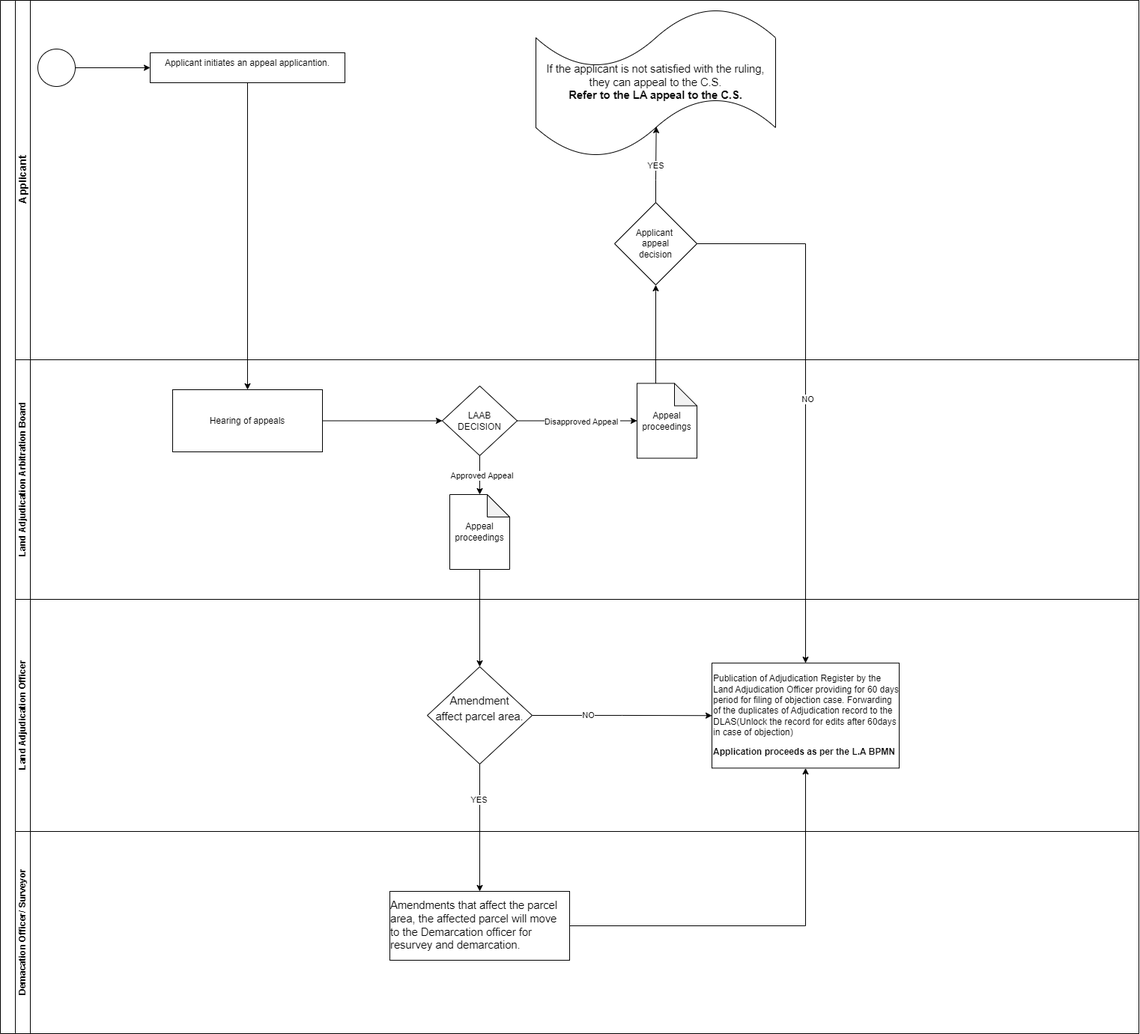
Earlier version of the draw.io export Land Adjudication Appeal to the LAAB.drawio.png (geoprojectke/BPMN). Source tidied: cells renumbered, new cells last; positions are measured from the earlier drawing's top-left corner, leaving out a move shared by most shapes.
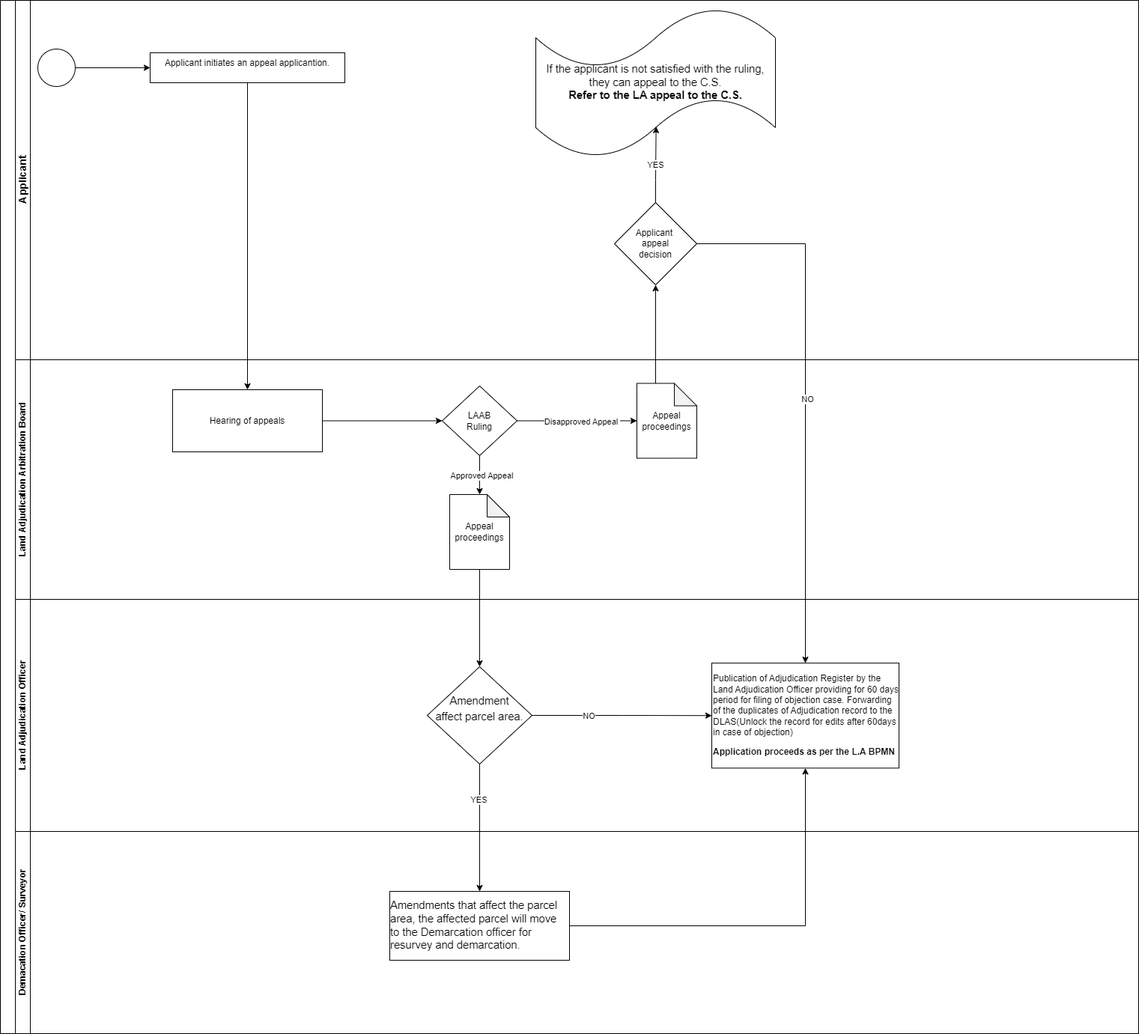
After the change.

The edit, as a diff of the source:
```diff
@@ -38,7 +38,7 @@
     <mxCell id="13" value="Hearing of appeals" style="whiteSpace=wrap;html=1;" parent="11" vertex="1">
       <mxGeometry x="210" y="40" width="200" height="83" as="geometry" />
     </mxCell>
-    <mxCell id="14" value="LAAB&lt;div&gt;DECISION&lt;/div&gt;" style="rhombus;whiteSpace=wrap;html=1;" parent="11" vertex="1">
+    <mxCell id="14" value="LAAB&lt;div&gt;Ruling&lt;/div&gt;" style="rhombus;whiteSpace=wrap;html=1;" parent="11" vertex="1">
       <mxGeometry x="570" y="35" width="100" height="93" as="geometry" />
     </mxCell>
     <mxCell id="15" value="Appeal proceedings" style="shape=note;whiteSpace=wrap;html=1;backgroundOutline=1;darkOpacity=0.05;" parent="11" vertex="1">
```
